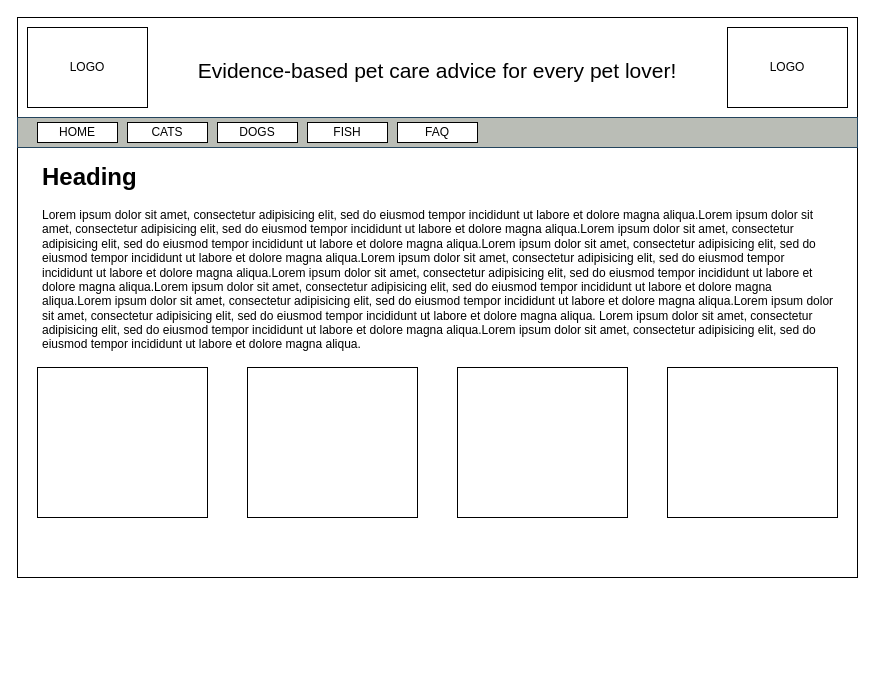
Above: wireframe.drawio in airbaggrenade/WGU-D284 (draw.io), before the change. Source tidied: cells renumbered, new cells numbered last; positions are measured from the earlier drawing's top-left corner, leaving out a move shared by most shapes. Both pictures are drawn from the tidied source at 100%, with x=0, y=0 at pixel (17, 17).
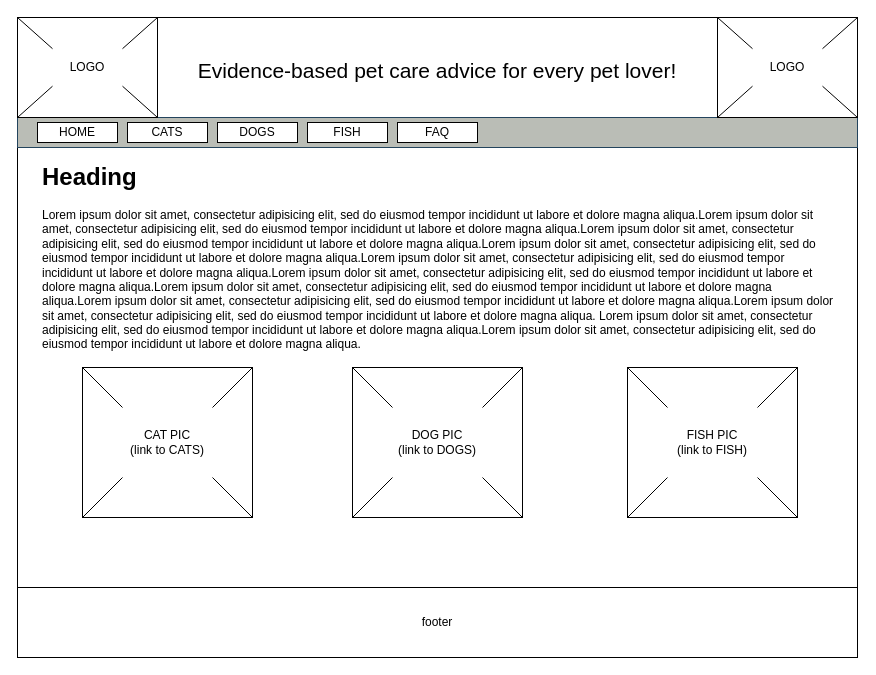
Above is the later version.

The edit, as a diff of the source:
```diff
@@
     <mxCell id="2" style="rounded=0;whiteSpace=wrap;html=1;" parent="1" vertex="1">
-      <mxGeometry width="840" height="560" as="geometry" />
+      <mxGeometry width="840" height="640" as="geometry" />
     </mxCell>
-    <mxCell id="3" value="&lt;div&gt;LOGO&lt;/div&gt;" style="rounded=0;whiteSpace=wrap;html=1;" parent="1" vertex="1">
-      <mxGeometry x="10" y="10" width="120" height="80" as="geometry" />
-    </mxCell>
-    <mxCell id="4" value="&lt;div&gt;LOGO&lt;/div&gt;" style="rounded=0;whiteSpace=wrap;html=1;" parent="1" vertex="1">
-      <mxGeometry x="710" y="10" width="120" height="80" as="geometry" />
-    </mxCell>
@@
-    <mxCell id="13" style="rounded=0;whiteSpace=wrap;html=1;" parent="1" vertex="1">
-      <mxGeometry x="20" y="350" width="170" height="150" as="geometry" />
-    </mxCell>
-    <mxCell id="14" style="rounded=0;whiteSpace=wrap;html=1;" parent="1" vertex="1">
-      <mxGeometry x="230" y="350" width="170" height="150" as="geometry" />
-    </mxCell>
-    <mxCell id="15" style="rounded=0;whiteSpace=wrap;html=1;" parent="1" vertex="1">
-      <mxGeometry x="440" y="350" width="170" height="150" as="geometry" />
-    </mxCell>
-    <mxCell id="16" style="rounded=0;whiteSpace=wrap;html=1;" parent="1" vertex="1">
-      <mxGeometry x="650" y="350" width="170" height="150" as="geometry" />
-    </mxCell>
+    <mxCell id="17" style="group;" parent="1" vertex="1">
+      <mxGeometry x="610" y="350" width="170" height="150" as="geometry" />
+    </mxCell>
+    <mxCell id="18" style="rounded=0;whiteSpace=wrap;html=1;" parent="17" vertex="1">
+      <mxGeometry width="170" height="150" as="geometry" />
+    </mxCell>
+    <mxCell id="19" style="endArrow=none;html=1;rounded=0;exitX=0;exitY=1;exitDx=0;exitDy=0;entryX=0;entryY=1;entryDx=0;entryDy=0;" parent="17" edge="1" source="18" target="21">
+      <mxGeometry relative="1" as="geometry" />
+    </mxCell>
+    <mxCell id="20" style="endArrow=none;html=1;rounded=0;exitX=1;exitY=1;exitDx=0;exitDy=0;entryX=1;entryY=1;entryDx=0;entryDy=0;" parent="17" edge="1" source="21" target="18">
+      <mxGeometry relative="1" as="geometry" />
+    </mxCell>
+    <mxCell id="21" value="&lt;div&gt;FISH PIC&lt;/div&gt;&lt;div&gt;(link to FISH)&lt;br&gt;&lt;/div&gt;" style="text;html=1;align=center;verticalAlign=middle;whiteSpace=wrap;rounded=0;" parent="17" vertex="1">
+      <mxGeometry x="40" y="40" width="90" height="70" as="geometry" />
+    </mxCell>
+    <mxCell id="22" style="endArrow=none;html=1;rounded=0;entryX=1;entryY=0;entryDx=0;entryDy=0;exitX=1;exitY=0;exitDx=0;exitDy=0;" parent="17" edge="1" source="21" target="18">
+      <mxGeometry relative="1" as="geometry" />
+    </mxCell>
+    <mxCell id="23" style="endArrow=none;html=1;rounded=0;entryX=0;entryY=0;entryDx=0;entryDy=0;exitX=0;exitY=0;exitDx=0;exitDy=0;" parent="17" edge="1" source="21" target="18">
+      <mxGeometry relative="1" as="geometry" />
+    </mxCell>
+    <mxCell id="24" style="group;" parent="1" vertex="1">
+      <mxGeometry x="335" y="350" width="170" height="150" as="geometry" />
+    </mxCell>
+    <mxCell id="25" style="rounded=0;whiteSpace=wrap;html=1;" parent="24" vertex="1">
+      <mxGeometry width="170" height="150" as="geometry" />
+    </mxCell>
+    <mxCell id="26" style="endArrow=none;html=1;rounded=0;exitX=0;exitY=1;exitDx=0;exitDy=0;entryX=0;entryY=1;entryDx=0;entryDy=0;" parent="24" edge="1" source="25" target="28">
+      <mxGeometry relative="1" as="geometry" />
+    </mxCell>
+    <mxCell id="27" style="endArrow=none;html=1;rounded=0;exitX=1;exitY=1;exitDx=0;exitDy=0;entryX=1;entryY=1;entryDx=0;entryDy=0;" parent="24" edge="1" source="28" target="25">
+      <mxGeometry relative="1" as="geometry" />
+    </mxCell>
+    <mxCell id="28" value="&lt;div&gt;DOG PIC&lt;/div&gt;&lt;div&gt;(link to DOGS)&lt;br&gt;&lt;/div&gt;" style="text;html=1;align=center;verticalAlign=middle;whiteSpace=wrap;rounded=0;" parent="24" vertex="1">
+      <mxGeometry x="40" y="40" width="90" height="70" as="geometry" />
+    </mxCell>
+    <mxCell id="29" style="endArrow=none;html=1;rounded=0;entryX=1;entryY=0;entryDx=0;entryDy=0;exitX=1;exitY=0;exitDx=0;exitDy=0;" parent="24" edge="1" source="28" target="25">
+      <mxGeometry relative="1" as="geometry" />
+    </mxCell>
+    <mxCell id="30" style="endArrow=none;html=1;rounded=0;entryX=0;entryY=0;entryDx=0;entryDy=0;exitX=0;exitY=0;exitDx=0;exitDy=0;" parent="24" edge="1" source="28" target="25">
+      <mxGeometry relative="1" as="geometry" />
+    </mxCell>
+    <mxCell id="31" style="group;" parent="1" vertex="1">
+      <mxGeometry x="65" y="350" width="170" height="150" as="geometry" />
+    </mxCell>
+    <mxCell id="32" style="rounded=0;whiteSpace=wrap;html=1;" parent="31" vertex="1">
+      <mxGeometry width="170" height="150" as="geometry" />
+    </mxCell>
+    <mxCell id="33" style="endArrow=none;html=1;rounded=0;exitX=0;exitY=1;exitDx=0;exitDy=0;entryX=0;entryY=1;entryDx=0;entryDy=0;" parent="31" edge="1" source="32" target="35">
+      <mxGeometry relative="1" as="geometry" />
+    </mxCell>
+    <mxCell id="34" style="endArrow=none;html=1;rounded=0;exitX=1;exitY=1;exitDx=0;exitDy=0;entryX=1;entryY=1;entryDx=0;entryDy=0;" parent="31" edge="1" source="35" target="32">
+      <mxGeometry relative="1" as="geometry" />
+    </mxCell>
+    <mxCell id="35" value="&lt;div&gt;CAT PIC&lt;/div&gt;&lt;div&gt;(link to CATS)&lt;br&gt;&lt;/div&gt;" style="text;html=1;align=center;verticalAlign=middle;whiteSpace=wrap;rounded=0;" parent="31" vertex="1">
+      <mxGeometry x="40" y="40" width="90" height="70" as="geometry" />
+    </mxCell>
+    <mxCell id="36" style="endArrow=none;html=1;rounded=0;entryX=1;entryY=0;entryDx=0;entryDy=0;exitX=1;exitY=0;exitDx=0;exitDy=0;" parent="31" edge="1" source="35" target="32">
+      <mxGeometry relative="1" as="geometry" />
+    </mxCell>
+    <mxCell id="37" style="endArrow=none;html=1;rounded=0;entryX=0;entryY=0;entryDx=0;entryDy=0;exitX=0;exitY=0;exitDx=0;exitDy=0;" parent="31" edge="1" source="35" target="32">
+      <mxGeometry relative="1" as="geometry" />
+    </mxCell>
+    <mxCell id="38" value="footer" style="rounded=0;whiteSpace=wrap;html=1;" parent="1" vertex="1">
+      <mxGeometry y="570" width="840" height="70" as="geometry" />
+    </mxCell>
+    <mxCell id="39" style="group;" parent="1" vertex="1">
+      <mxGeometry width="140" height="100" as="geometry" />
+    </mxCell>
+    <mxCell id="3" style="rounded=0;whiteSpace=wrap;html=1;" parent="39" vertex="1">
+      <mxGeometry width="140" height="100" as="geometry" />
+    </mxCell>
+    <mxCell id="40" style="endArrow=none;html=1;rounded=0;exitX=0;exitY=1;exitDx=0;exitDy=0;entryX=0;entryY=1;entryDx=0;entryDy=0;" parent="39" edge="1" source="3" target="42">
+      <mxGeometry relative="1" as="geometry" />
+    </mxCell>
+    <mxCell id="41" style="endArrow=none;html=1;rounded=0;exitX=1;exitY=1;exitDx=0;exitDy=0;entryX=1;entryY=1;entryDx=0;entryDy=0;" parent="39" edge="1" source="42" target="3">
+      <mxGeometry relative="1" as="geometry" />
+    </mxCell>
+    <mxCell id="42" value="LOGO" style="text;html=1;align=center;verticalAlign=middle;whiteSpace=wrap;rounded=0;" parent="39" vertex="1">
+      <mxGeometry x="35" y="31.2" width="70" height="37.5" as="geometry" />
+    </mxCell>
+    <mxCell id="43" style="endArrow=none;html=1;rounded=0;entryX=1;entryY=0;entryDx=0;entryDy=0;exitX=1;exitY=0;exitDx=0;exitDy=0;" parent="39" edge="1" source="42" target="3">
+      <mxGeometry relative="1" as="geometry" />
+    </mxCell>
+    <mxCell id="44" style="endArrow=none;html=1;rounded=0;entryX=0;entryY=0;entryDx=0;entryDy=0;exitX=0;exitY=0;exitDx=0;exitDy=0;" parent="39" edge="1" source="42" target="3">
+      <mxGeometry relative="1" as="geometry" />
+    </mxCell>
+    <mxCell id="45" style="group;" parent="1" vertex="1">
+      <mxGeometry x="700" width="140" height="100" as="geometry" />
+    </mxCell>
+    <mxCell id="46" style="rounded=0;whiteSpace=wrap;html=1;" parent="45" vertex="1">
+      <mxGeometry width="140" height="100" as="geometry" />
+    </mxCell>
+    <mxCell id="47" style="endArrow=none;html=1;rounded=0;exitX=0;exitY=1;exitDx=0;exitDy=0;entryX=0;entryY=1;entryDx=0;entryDy=0;" parent="45" edge="1" source="46" target="49">
+      <mxGeometry relative="1" as="geometry" />
+    </mxCell>
+    <mxCell id="48" style="endArrow=none;html=1;rounded=0;exitX=1;exitY=1;exitDx=0;exitDy=0;entryX=1;entryY=1;entryDx=0;entryDy=0;" parent="45" edge="1" source="49" target="46">
+      <mxGeometry relative="1" as="geometry" />
+    </mxCell>
+    <mxCell id="49" value="LOGO" style="text;html=1;align=center;verticalAlign=middle;whiteSpace=wrap;rounded=0;" parent="45" vertex="1">
+      <mxGeometry x="35" y="31.2" width="70" height="37.5" as="geometry" />
+    </mxCell>
+    <mxCell id="50" style="endArrow=none;html=1;rounded=0;entryX=1;entryY=0;entryDx=0;entryDy=0;exitX=1;exitY=0;exitDx=0;exitDy=0;" parent="45" edge="1" source="49" target="46">
+      <mxGeometry relative="1" as="geometry" />
+    </mxCell>
+    <mxCell id="51" style="endArrow=none;html=1;rounded=0;entryX=0;entryY=0;entryDx=0;entryDy=0;exitX=0;exitY=0;exitDx=0;exitDy=0;" parent="45" edge="1" source="49" target="46">
+      <mxGeometry relative="1" as="geometry" />
+    </mxCell>
```
